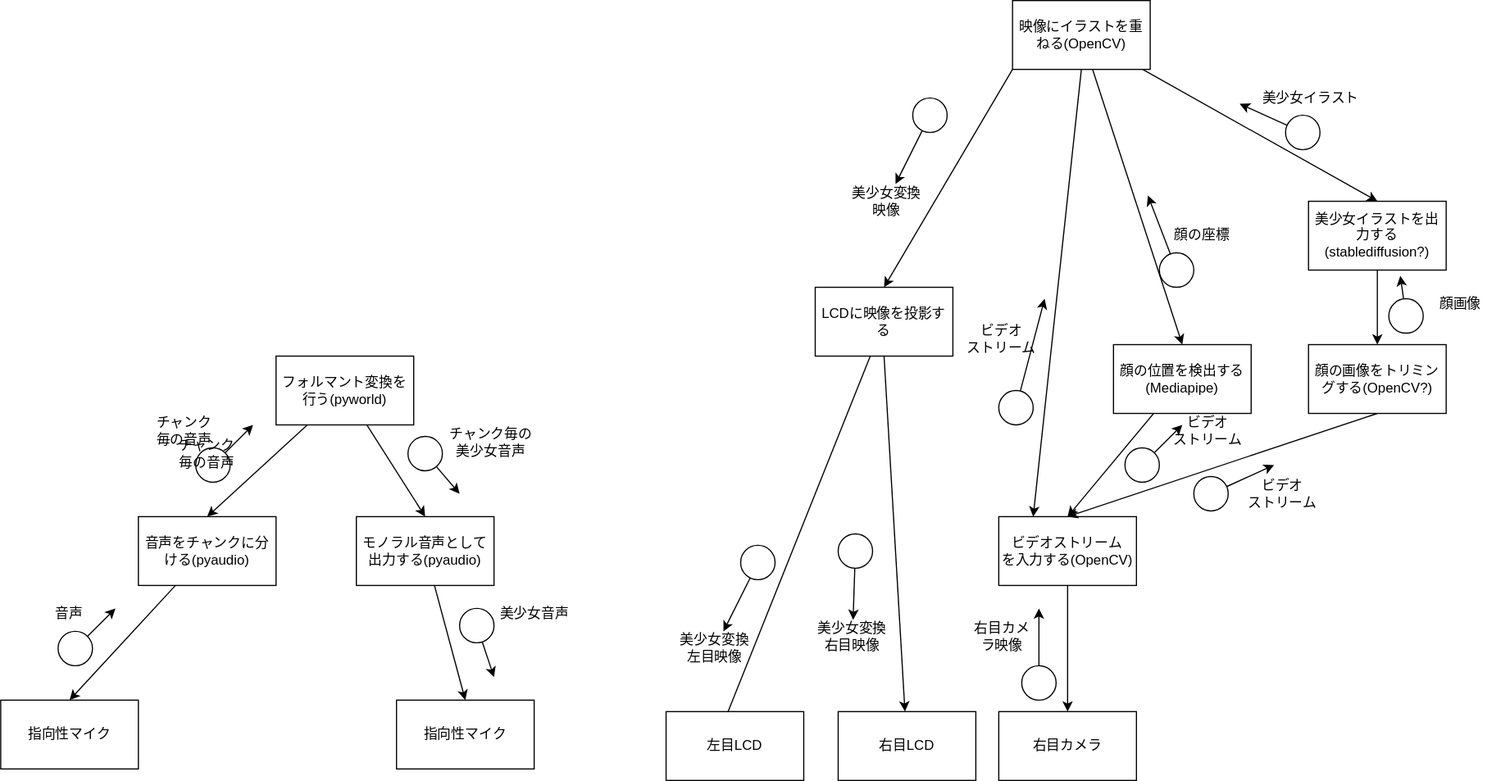
Before: 人類ギャルゲー化計画/images/modulestructure.drawio.svg, a diagram exported from draw.io (gakutosasabe/HearExpansion). Source tidied: cells renumbered, new cells last; positions are measured from the earlier drawing's top-left corner, leaving out a move shared by most shapes.
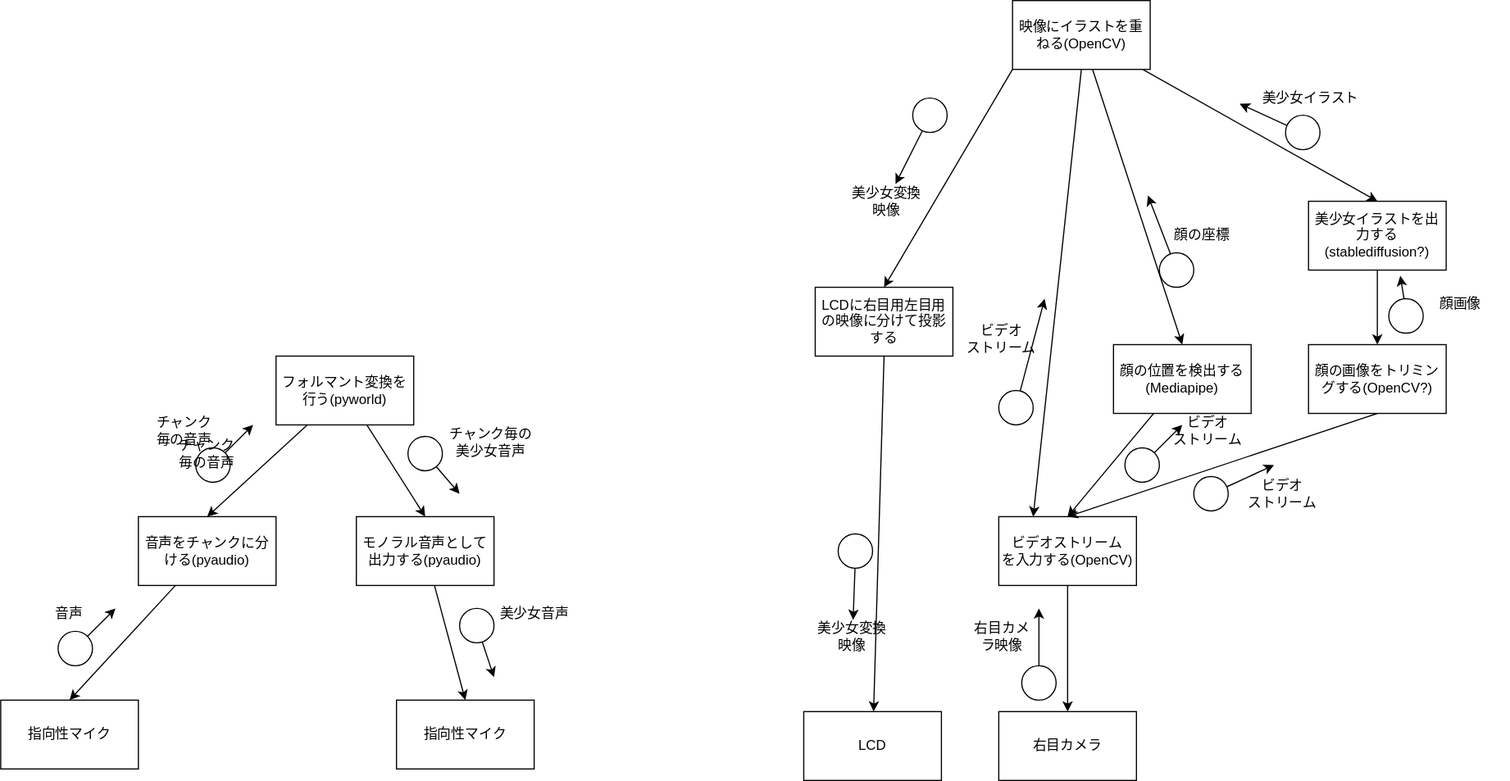
The same diagram one commit later.

Change to the diagram source:
```diff
@@ -199,8 +199,8 @@
     <mxCell id="59" value="美少女イラスト" style="text;html=1;strokeColor=none;fillColor=none;align=center;verticalAlign=middle;whiteSpace=wrap;rounded=0;" parent="1" vertex="1">
       <mxGeometry x="1092.5" y="70" width="97.5" height="30" as="geometry" />
     </mxCell>
-    <mxCell id="60" value="右目LCD" style="rounded=0;whiteSpace=wrap;html=1;" parent="1" vertex="1">
-      <mxGeometry x="730" y="620" width="120" height="60" as="geometry" />
+    <mxCell id="60" value="LCD" style="rounded=0;whiteSpace=wrap;html=1;" parent="1" vertex="1">
+      <mxGeometry x="700" y="620" width="120" height="60" as="geometry" />
     </mxCell>
     <mxCell id="61" style="edgeStyle=none;html=1;" parent="1" edge="1" source="62" target="63">
       <mxGeometry relative="1" as="geometry" />
@@ -208,27 +208,12 @@
     <mxCell id="62" style="ellipse;whiteSpace=wrap;html=1;" parent="1" vertex="1">
       <mxGeometry x="730" y="465" width="30" height="30" as="geometry" />
     </mxCell>
-    <mxCell id="63" value="美少女変換&lt;br&gt;右目映像" style="text;html=1;strokeColor=none;fillColor=none;align=center;verticalAlign=middle;whiteSpace=wrap;rounded=0;" parent="1" vertex="1">
+    <mxCell id="63" value="美少女変換&lt;br&gt;映像" style="text;html=1;strokeColor=none;fillColor=none;align=center;verticalAlign=middle;whiteSpace=wrap;rounded=0;" parent="1" vertex="1">
       <mxGeometry x="700" y="540" width="85" height="30" as="geometry" />
     </mxCell>
-    <mxCell id="64" style="edgeStyle=none;html=1;entryX=0.417;entryY=0.167;entryDx=0;entryDy=0;entryPerimeter=0;" parent="1" edge="1" source="65" target="66">
-      <mxGeometry relative="1" as="geometry" />
-    </mxCell>
-    <mxCell id="65" value="LCDに映像を投影する" style="rounded=0;whiteSpace=wrap;html=1;" parent="1" vertex="1">
+    <mxCell id="65" value="LCDに右目用左目用の映像に分けて投影する" style="rounded=0;whiteSpace=wrap;html=1;" parent="1" vertex="1">
       <mxGeometry x="710" y="250" width="120" height="60" as="geometry" />
     </mxCell>
-    <mxCell id="66" value="左目LCD" style="rounded=0;whiteSpace=wrap;html=1;" parent="1" vertex="1">
-      <mxGeometry x="580" y="620" width="120" height="60" as="geometry" />
-    </mxCell>
-    <mxCell id="67" style="edgeStyle=none;html=1;" parent="1" edge="1" source="68" target="69">
-      <mxGeometry relative="1" as="geometry" />
-    </mxCell>
-    <mxCell id="68" style="ellipse;whiteSpace=wrap;html=1;" parent="1" vertex="1">
-      <mxGeometry x="645" y="475" width="30" height="30" as="geometry" />
-    </mxCell>
-    <mxCell id="69" value="美少女変換&lt;br&gt;左目映像" style="text;html=1;strokeColor=none;fillColor=none;align=center;verticalAlign=middle;whiteSpace=wrap;rounded=0;" parent="1" vertex="1">
-      <mxGeometry x="580" y="550" width="85" height="30" as="geometry" />
-    </mxCell>
     <mxCell id="70" style="edgeStyle=none;html=1;" parent="1" edge="1" source="71" target="72">
       <mxGeometry relative="1" as="geometry" />
     </mxCell>
```
